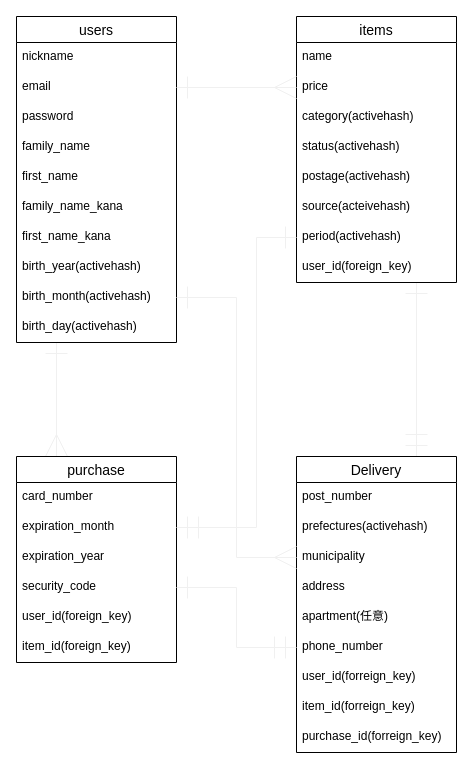
Before: DB.dio in shin1616/furima-34493, a draw.io diagram. Source tidied: cells renumbered, new cells numbered last; positions are measured from the earlier drawing's top-left corner, leaving out a move shared by most shapes. Both pictures are drawn from the tidied source at 100%, with x=0, y=0 at pixel (16, 16).
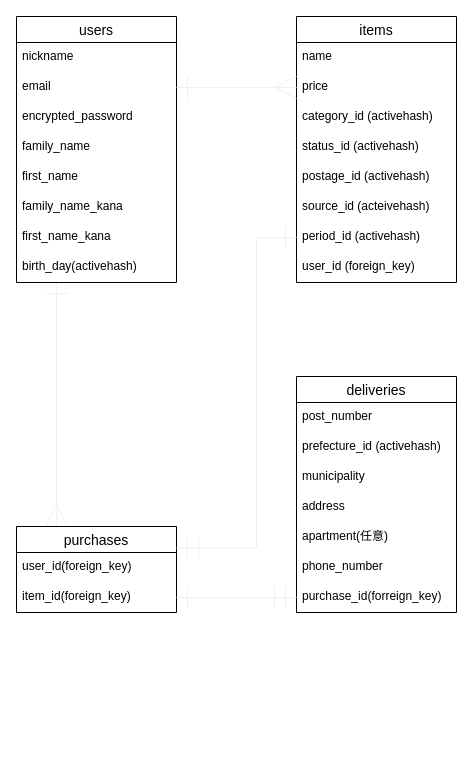
The same page after the edit.

Commit message (it also covers changes not shown here):
DB設計とER図の修正

Unchanged cells that the change refers to:
```xml
<mxCell id="18" value="municipality" style="text;strokeColor=none;fillColor=none;spacingLeft=4;spacingRight=4;overflow=hidden;points=[[0,0.5],[1,0.5]];portConstraint=eastwest;fontSize=12;" parent="15" vertex="1">
  <mxGeometry y="86" width="160" height="30" as="geometry" />
</mxCell>
<mxCell id="21" value="phone_number" style="text;strokeColor=none;fillColor=none;spacingLeft=4;spacingRight=4;overflow=hidden;points=[[0,0.5],[1,0.5]];portConstraint=eastwest;fontSize=12;" parent="15" vertex="1">
  <mxGeometry y="176" width="160" height="30" as="geometry" />
</mxCell>
<mxCell id="32" value="items" style="swimlane;fontStyle=0;horizontal=1;startSize=26;align=center;fontSize=14;" parent="1" vertex="1">
  <mxGeometry x="280" width="160" height="266" as="geometry" />
</mxCell>
```

Diff of the diagram source:
```diff
@@
     <mxCell id="3" value="users" style="swimlane;fontStyle=0;horizontal=1;startSize=26;align=center;fontSize=14;" parent="1" vertex="1">
-      <mxGeometry width="160" height="326" as="geometry" />
+      <mxGeometry width="160" height="266" as="geometry" />
     </mxCell>
@@
-    <mxCell id="6" value="password" style="text;strokeColor=none;fillColor=none;spacingLeft=4;spacingRight=4;overflow=hidden;fontSize=12;" parent="3" vertex="1">
+    <mxCell id="6" value="encrypted_password" style="text;strokeColor=none;fillColor=none;spacingLeft=4;spacingRight=4;overflow=hidden;fontSize=12;" parent="3" vertex="1">
       <mxGeometry y="86" width="160" height="30" as="geometry" />
     </mxCell>
@@
-    <mxCell id="11" value="birth_year(activehash)" style="text;strokeColor=none;fillColor=none;spacingLeft=4;spacingRight=4;overflow=hidden;fontSize=12;" parent="3" vertex="1">
-      <mxGeometry y="236" width="160" height="30" as="geometry" />
-    </mxCell>
-    <mxCell id="12" value="birth_month(activehash)" style="text;strokeColor=none;fillColor=none;spacingLeft=4;spacingRight=4;overflow=hidden;points=[[0,0.5],[1,0.5]];portConstraint=eastwest;fontSize=12;" parent="3" vertex="1">
-      <mxGeometry y="266" width="160" height="30" as="geometry" />
-    </mxCell>
     <mxCell id="13" value="birth_day(activehash)" style="text;strokeColor=none;fillColor=none;spacingLeft=4;spacingRight=4;overflow=hidden;fontSize=12;" parent="3" vertex="1">
-      <mxGeometry y="296" width="160" height="30" as="geometry" />
+      <mxGeometry y="236" width="160" height="30" as="geometry" />
     </mxCell>
-    <mxCell id="14" style="edgeStyle=orthogonalEdgeStyle;rounded=0;jumpSize=6;jettySize=auto;html=1;exitX=0.75;exitY=0;exitDx=0;exitDy=0;entryX=0.75;entryY=1;entryDx=0;entryDy=0;shadow=0;startArrow=ERmandOne;startFill=0;startSize=20;endArrow=ERone;endFill=0;endSize=20;targetPerimeterSpacing=0;strokeColor=#f0f0f0;strokeWidth=1;" parent="1" edge="1" source="15" target="32">
-      <mxGeometry relative="1" as="geometry" />
-    </mxCell>
-    <mxCell id="15" value="Delivery" style="swimlane;fontStyle=0;horizontal=1;startSize=26;align=center;fontSize=14;" parent="1" vertex="1">
-      <mxGeometry x="280" y="440" width="160" height="296" as="geometry" />
+    <mxCell id="15" value="deliveries" style="swimlane;fontStyle=0;horizontal=1;startSize=26;align=center;fontSize=14;" parent="1" vertex="1">
+      <mxGeometry x="280" y="360" width="160" height="236" as="geometry" />
     </mxCell>
@@
-    <mxCell id="17" value="prefectures(activehash)" style="text;strokeColor=none;fillColor=none;spacingLeft=4;spacingRight=4;overflow=hidden;fontSize=12;" parent="15" vertex="1">
+    <mxCell id="17" value="prefecture_id (activehash)" style="text;strokeColor=none;fillColor=none;spacingLeft=4;spacingRight=4;overflow=hidden;fontSize=12;" parent="15" vertex="1">
       <mxGeometry y="56" width="160" height="30" as="geometry" />
     </mxCell>
@@
-    <mxCell id="22" value="user_id(forreign_key)" style="text;strokeColor=none;fillColor=none;spacingLeft=4;spacingRight=4;overflow=hidden;fontSize=12;" parent="15" vertex="1">
-      <mxGeometry y="206" width="160" height="30" as="geometry" />
-    </mxCell>
-    <mxCell id="23" value="item_id(forreign_key)" style="text;strokeColor=none;fillColor=none;spacingLeft=4;spacingRight=4;overflow=hidden;fontSize=12;" parent="15" vertex="1">
-      <mxGeometry y="236" width="160" height="30" as="geometry" />
-    </mxCell>
     <mxCell id="24" value="purchase_id(forreign_key)" style="text;strokeColor=none;fillColor=none;spacingLeft=4;spacingRight=4;overflow=hidden;points=[[0,0.5],[1,0.5]];portConstraint=eastwest;fontSize=12;" parent="15" vertex="1">
-      <mxGeometry y="266" width="160" height="30" as="geometry" />
+      <mxGeometry y="206" width="160" height="30" as="geometry" />
     </mxCell>
-    <mxCell id="25" value="purchase" style="swimlane;fontStyle=0;horizontal=1;startSize=26;align=center;fontSize=14;" parent="1" vertex="1">
-      <mxGeometry y="440" width="160" height="206" as="geometry" />
+    <mxCell id="25" value="purchases" style="swimlane;fontStyle=0;horizontal=1;startSize=26;align=center;fontSize=14;" parent="1" vertex="1">
+      <mxGeometry y="510" width="160" height="86" as="geometry" />
     </mxCell>
-    <mxCell id="26" value="card_number" style="text;strokeColor=none;fillColor=none;spacingLeft=4;spacingRight=4;overflow=hidden;fontSize=12;" parent="25" vertex="1">
-      <mxGeometry y="26" width="160" height="30" as="geometry" />
-    </mxCell>
-    <mxCell id="27" value="expiration_month" style="text;strokeColor=none;fillColor=none;spacingLeft=4;spacingRight=4;overflow=hidden;points=[[0,0.5],[1,0.5]];portConstraint=eastwest;fontSize=12;" parent="25" vertex="1">
-      <mxGeometry y="56" width="160" height="30" as="geometry" />
-    </mxCell>
-    <mxCell id="28" value="expiration_year" style="text;strokeColor=none;fillColor=none;spacingLeft=4;spacingRight=4;overflow=hidden;fontSize=12;" parent="25" vertex="1">
-      <mxGeometry y="86" width="160" height="30" as="geometry" />
-    </mxCell>
-    <mxCell id="29" value="security_code" style="text;strokeColor=none;fillColor=none;spacingLeft=4;spacingRight=4;overflow=hidden;points=[[0,0.5],[1,0.5]];portConstraint=eastwest;fontSize=12;" parent="25" vertex="1">
-      <mxGeometry y="116" width="160" height="30" as="geometry" />
-    </mxCell>
     <mxCell id="30" value="user_id(foreign_key)" style="text;strokeColor=none;fillColor=none;spacingLeft=4;spacingRight=4;overflow=hidden;fontSize=12;" parent="25" vertex="1">
-      <mxGeometry y="146" width="160" height="30" as="geometry" />
+      <mxGeometry y="26" width="160" height="30" as="geometry" />
     </mxCell>
     <mxCell id="31" value="item_id(foreign_key)" style="text;strokeColor=none;fillColor=none;spacingLeft=4;spacingRight=4;overflow=hidden;points=[[0,0.5],[1,0.5]];portConstraint=eastwest;fontSize=12;" parent="25" vertex="1">
-      <mxGeometry y="176" width="160" height="30" as="geometry" />
+      <mxGeometry y="56" width="160" height="30" as="geometry" />
     </mxCell>
@@
-    <mxCell id="35" value="category(activehash)" style="text;strokeColor=none;fillColor=none;spacingLeft=4;spacingRight=4;overflow=hidden;fontSize=12;" parent="32" vertex="1">
+    <mxCell id="35" value="category_id (activehash)" style="text;strokeColor=none;fillColor=none;spacingLeft=4;spacingRight=4;overflow=hidden;fontSize=12;" parent="32" vertex="1">
       <mxGeometry y="86" width="160" height="30" as="geometry" />
     </mxCell>
-    <mxCell id="36" value="status(activehash)" style="text;strokeColor=none;fillColor=none;spacingLeft=4;spacingRight=4;overflow=hidden;fontSize=12;" parent="32" vertex="1">
+    <mxCell id="36" value="status_id (activehash)" style="text;strokeColor=none;fillColor=none;spacingLeft=4;spacingRight=4;overflow=hidden;fontSize=12;" parent="32" vertex="1">
       <mxGeometry y="116" width="160" height="30" as="geometry" />
     </mxCell>
-    <mxCell id="37" value="postage(activehash)" style="text;strokeColor=none;fillColor=none;spacingLeft=4;spacingRight=4;overflow=hidden;fontSize=12;" parent="32" vertex="1">
+    <mxCell id="37" value="postage_id (activehash)" style="text;strokeColor=none;fillColor=none;spacingLeft=4;spacingRight=4;overflow=hidden;fontSize=12;" parent="32" vertex="1">
       <mxGeometry y="146" width="160" height="30" as="geometry" />
     </mxCell>
-    <mxCell id="38" value="source(acteivehash)" style="text;strokeColor=none;fillColor=none;spacingLeft=4;spacingRight=4;overflow=hidden;fontSize=12;" parent="32" vertex="1">
+    <mxCell id="38" value="source_id (acteivehash)" style="text;strokeColor=none;fillColor=none;spacingLeft=4;spacingRight=4;overflow=hidden;fontSize=12;" parent="32" vertex="1">
       <mxGeometry y="176" width="160" height="30" as="geometry" />
     </mxCell>
-    <mxCell id="39" value="period(activehash)" style="text;strokeColor=none;fillColor=none;spacingLeft=4;spacingRight=4;overflow=hidden;points=[[0,0.5],[1,0.5]];portConstraint=eastwest;fontSize=12;" parent="32" vertex="1">
+    <mxCell id="39" value="period_id (activehash)" style="text;strokeColor=none;fillColor=none;spacingLeft=4;spacingRight=4;overflow=hidden;points=[[0,0.5],[1,0.5]];portConstraint=eastwest;fontSize=12;" parent="32" vertex="1">
       <mxGeometry y="206" width="160" height="30" as="geometry" />
     </mxCell>
-    <mxCell id="40" value="user_id(foreign_key)" style="text;strokeColor=none;fillColor=none;spacingLeft=4;spacingRight=4;overflow=hidden;fontSize=12;" parent="32" vertex="1">
+    <mxCell id="40" value="user_id (foreign_key)" style="text;strokeColor=none;fillColor=none;spacingLeft=4;spacingRight=4;overflow=hidden;fontSize=12;" parent="32" vertex="1">
       <mxGeometry y="236" width="160" height="30" as="geometry" />
     </mxCell>
-    <mxCell id="41" style="edgeStyle=orthogonalEdgeStyle;rounded=0;jumpSize=6;jettySize=auto;html=1;exitX=1;exitY=0.5;exitDx=0;exitDy=0;entryX=0;entryY=0.5;entryDx=0;entryDy=0;shadow=0;startArrow=ERone;startFill=0;startSize=20;endArrow=ERmandOne;endFill=0;endSize=20;targetPerimeterSpacing=0;strokeColor=#f0f0f0;strokeWidth=1;" parent="1" edge="1" source="29" target="21">
+    <mxCell id="41" style="edgeStyle=orthogonalEdgeStyle;rounded=0;jumpSize=6;jettySize=auto;html=1;exitX=1;exitY=0.5;exitDx=0;exitDy=0;entryX=0;entryY=0.5;entryDx=0;entryDy=0;shadow=0;startArrow=ERone;startFill=0;startSize=20;endArrow=ERmandOne;endFill=0;endSize=20;targetPerimeterSpacing=0;strokeColor=#f0f0f0;strokeWidth=1;" parent="1" edge="1" source="31" target="24">
       <mxGeometry relative="1" as="geometry" />
     </mxCell>
-    <mxCell id="42" style="edgeStyle=orthogonalEdgeStyle;rounded=0;jumpSize=6;jettySize=auto;html=1;exitX=1;exitY=0.5;exitDx=0;exitDy=0;entryX=0;entryY=0.5;entryDx=0;entryDy=0;shadow=0;startArrow=ERone;startFill=0;startSize=20;endArrow=ERmany;endFill=0;endSize=20;targetPerimeterSpacing=0;strokeColor=#f0f0f0;strokeWidth=1;" parent="1" edge="1" source="12" target="18">
-      <mxGeometry relative="1" as="geometry" />
-    </mxCell>
-    <mxCell id="43" style="edgeStyle=orthogonalEdgeStyle;rounded=0;jumpSize=6;jettySize=auto;html=1;exitX=0;exitY=0.5;exitDx=0;exitDy=0;entryX=1;entryY=0.5;entryDx=0;entryDy=0;shadow=0;startArrow=ERone;startFill=0;startSize=20;endArrow=ERmandOne;endFill=0;endSize=20;targetPerimeterSpacing=0;strokeColor=#f0f0f0;strokeWidth=1;" parent="1" edge="1" source="39" target="27">
+    <mxCell id="43" style="edgeStyle=orthogonalEdgeStyle;rounded=0;jumpSize=6;jettySize=auto;html=1;exitX=0;exitY=0.5;exitDx=0;exitDy=0;entryX=1;entryY=0.25;entryDx=0;entryDy=0;shadow=0;startArrow=ERone;startFill=0;startSize=20;endArrow=ERmandOne;endFill=0;endSize=20;targetPerimeterSpacing=0;strokeColor=#f0f0f0;strokeWidth=1;" parent="1" edge="1" source="39" target="25">
       <mxGeometry relative="1" as="geometry">
         <Array as="points">
           <mxPoint x="240" y="221" />
-          <mxPoint x="240" y="511" />
+          <mxPoint x="240" y="532" />
         </Array>
       </mxGeometry>
     </mxCell>
```
